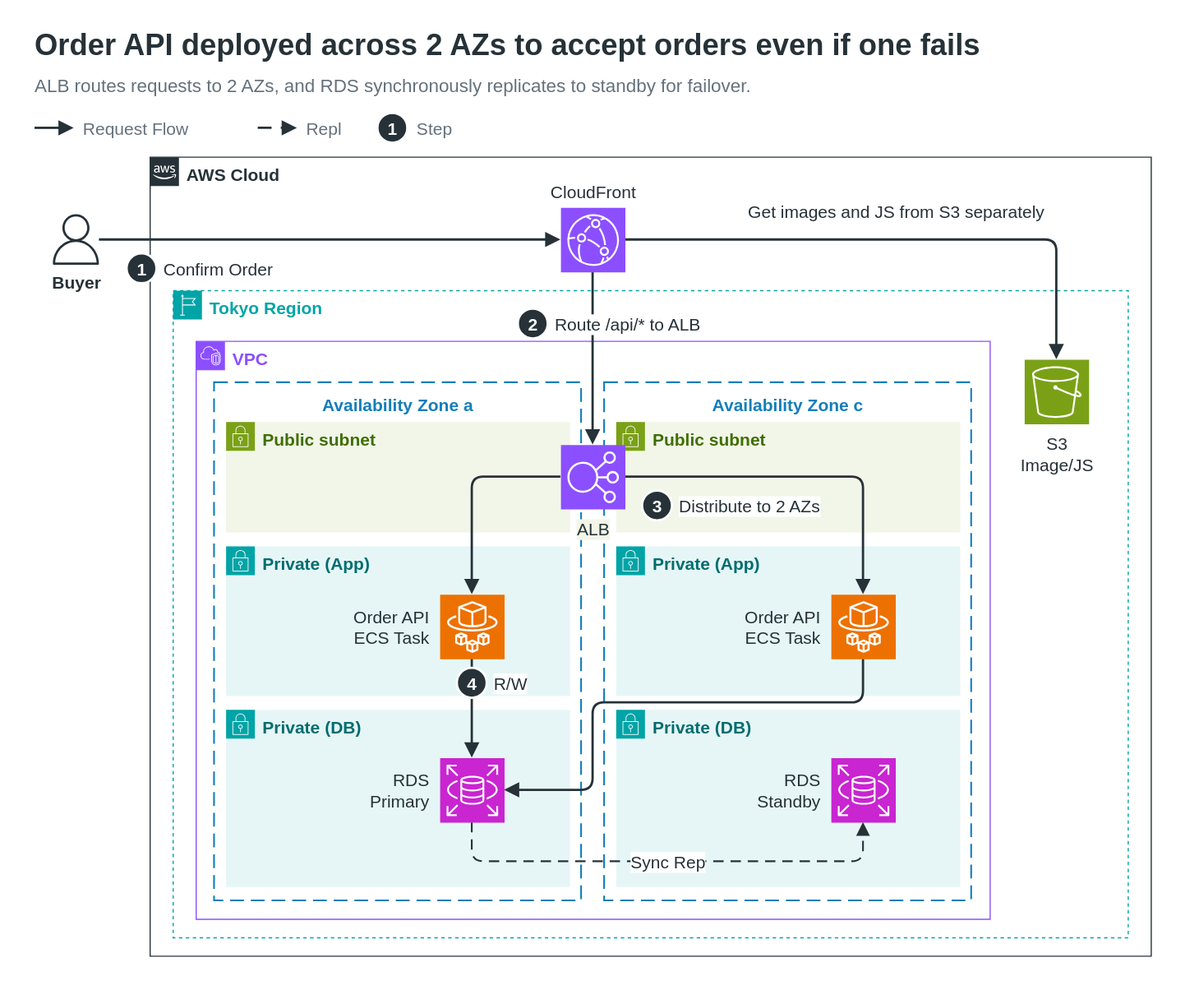
Earlier version of the draw.io export docs/samples/en/aws-architecture.drawio.svg (nntto/explanatory-diagrams). Source tidied: cells renumbered, new cells last; positions are measured from the earlier drawing's top-left corner, leaving out a move shared by most shapes.
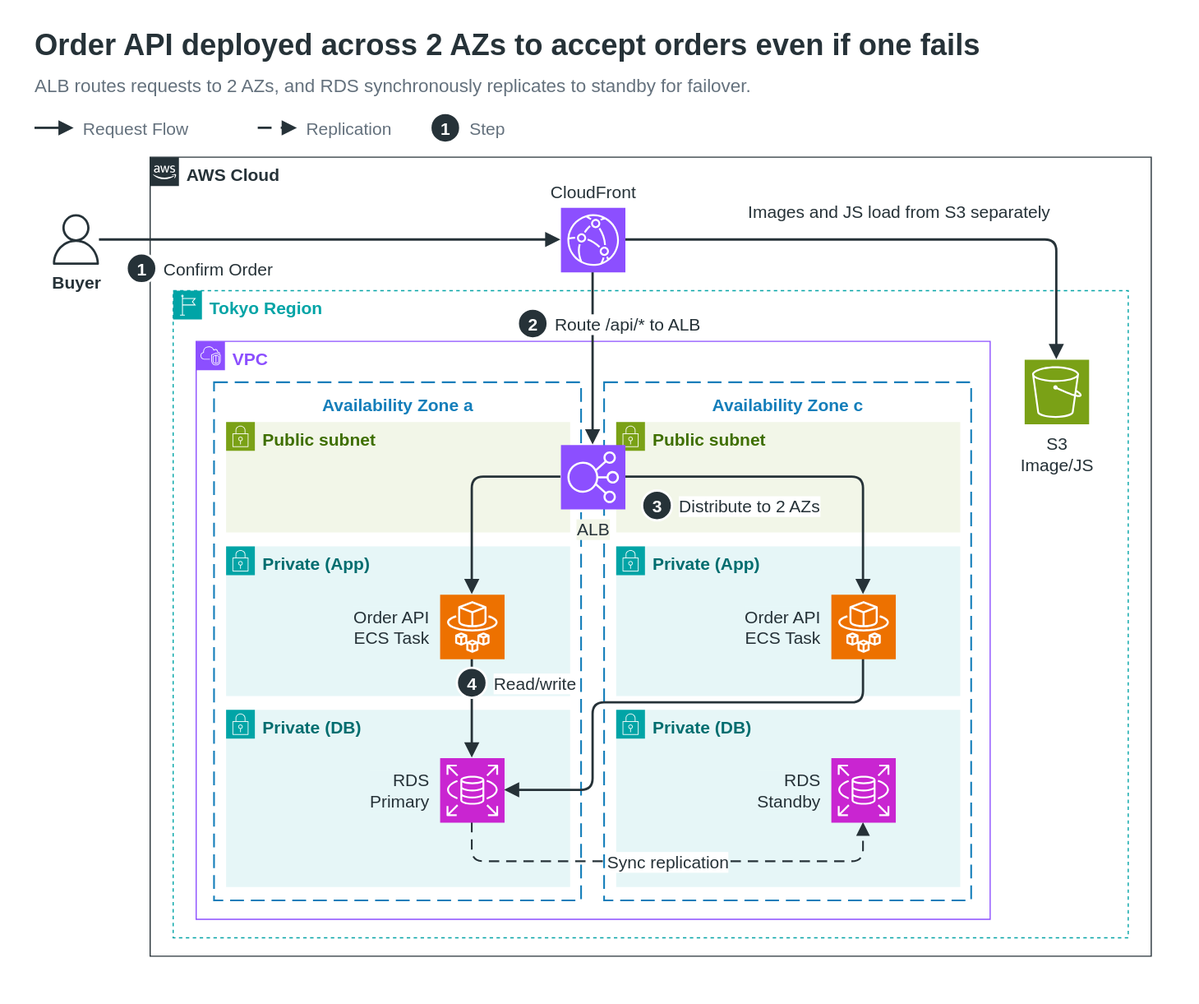
After the commit.

What changed in the source:
```diff
@@ -56,14 +56,14 @@
         <mxPoint x="228" y="91" as="targetPoint" />
       </mxGeometry>
     </mxCell>
-    <mxCell id="18" value="Repl" style="text;html=1;whiteSpace=wrap;fontFamily=Helvetica;fontSize=15;fontColor=#64717d;align=left;verticalAlign=middle;spacing=0;" parent="1" vertex="1">
-      <mxGeometry x="236" y="80" width="34" height="22" as="geometry" />
+    <mxCell id="18" value="Replication" style="text;html=1;whiteSpace=wrap;fontFamily=Helvetica;fontSize=15;fontColor=#64717d;align=left;verticalAlign=middle;spacing=0;" parent="1" vertex="1">
+      <mxGeometry x="236" y="80" width="86" height="22" as="geometry" />
     </mxCell>
     <mxCell id="19" value="1" style="ellipse;whiteSpace=wrap;html=1;fillColor=#263238;strokeColor=#ffffff;strokeWidth=2;fontColor=#ffffff;fontStyle=1;fontFamily=Helvetica;fontSize=15;spacing=0;" parent="1" vertex="1">
-      <mxGeometry x="298" y="78" width="26" height="26" as="geometry" />
+      <mxGeometry x="344" y="78" width="26" height="26" as="geometry" />
     </mxCell>
     <mxCell id="20" value="Step" style="text;html=1;whiteSpace=wrap;fontFamily=Helvetica;fontSize=15;fontColor=#64717d;align=left;verticalAlign=middle;spacing=0;" parent="1" vertex="1">
-      <mxGeometry x="332" y="80" width="79" height="22" as="geometry" />
+      <mxGeometry x="378" y="80" width="79" height="22" as="geometry" />
     </mxCell>
     <mxCell id="21" style="edgeStyle=orthogonalEdgeStyle;rounded=1;html=1;strokeColor=#263238;strokeWidth=2;endArrow=block;endFill=1;startArrow=none;startFill=1;endSize=8;fontFamily=Helvetica;fontSize=15;fontColor=#263238;labelBackgroundColor=#ffffff;exitX=1;exitY=0.5;exitDx=0;exitDy=0;entryX=0;entryY=0.5;entryDx=0;entryDy=0;" parent="1" edge="1" source="30" target="31">
       <mxGeometry relative="1" as="geometry" />
@@ -104,7 +104,7 @@
         </Array>
       </mxGeometry>
     </mxCell>
-    <mxCell id="28" value="Sync Rep" style="edgeStyle=orthogonalEdgeStyle;rounded=1;html=1;strokeColor=#263238;strokeWidth=1.5;endArrow=block;endFill=1;startArrow=none;startFill=1;endSize=8;fontFamily=Helvetica;fontSize=15;fontColor=#263238;labelBackgroundColor=#ffffff;dashed=1;dashPattern=6 4;exitX=0.5;exitY=1;exitDx=0;exitDy=0;entryX=0.5;entryY=1;entryDx=0;entryDy=0;" parent="1" edge="1" source="36" target="37">
+    <mxCell id="28" value="Sync replication" style="edgeStyle=orthogonalEdgeStyle;rounded=1;html=1;strokeColor=#263238;strokeWidth=1.5;endArrow=block;endFill=1;startArrow=none;startFill=1;endSize=8;fontFamily=Helvetica;fontSize=15;fontColor=#263238;labelBackgroundColor=#ffffff;dashed=1;dashPattern=6 4;exitX=0.5;exitY=1;exitDx=0;exitDy=0;entryX=0.5;entryY=1;entryDx=0;entryDy=0;" parent="1" edge="1" source="36" target="37">
       <mxGeometry relative="1" as="geometry">
         <Array as="points">
           <mxPoint x="380" y="728" />
@@ -112,7 +112,7 @@
         </Array>
       </mxGeometry>
     </mxCell>
-    <mxCell id="29" value="Get images and JS from S3 separately" style="text;html=1;whiteSpace=wrap;fontFamily=Helvetica;fontSize=15;fontColor=#263238;align=left;verticalAlign=middle;spacing=0;labelBackgroundColor=#ffffff;" parent="1" vertex="1">
+    <mxCell id="29" value="Images and JS load from S3 separately" style="text;html=1;whiteSpace=wrap;fontFamily=Helvetica;fontSize=15;fontColor=#263238;align=left;verticalAlign=middle;spacing=0;labelBackgroundColor=#ffffff;" parent="1" vertex="1">
       <mxGeometry x="620" y="151" width="330" height="24" as="geometry" />
     </mxCell>
     <mxCell id="30" value="Buyer" style="sketch=0;outlineConnect=0;fontColor=#263238;fillColor=#263238;strokeColor=none;dashed=0;verticalLabelPosition=bottom;verticalAlign=top;align=center;html=1;fontSize=15;fontFamily=Helvetica;fontStyle=1;shape=mxgraph.aws4.user;" parent="1" vertex="1">
@@ -160,7 +160,7 @@
     <mxCell id="44" value="4" style="ellipse;whiteSpace=wrap;html=1;fillColor=#263238;strokeColor=#ffffff;strokeWidth=2;fontColor=#ffffff;fontStyle=1;fontFamily=Helvetica;fontSize=15;spacing=0;" parent="1" vertex="1">
       <mxGeometry x="367" y="560" width="26" height="26" as="geometry" />
     </mxCell>
-    <mxCell id="45" value="R/W" style="text;html=1;whiteSpace=wrap;fontFamily=Helvetica;fontSize=15;fontColor=#263238;align=left;verticalAlign=middle;spacing=0;labelBackgroundColor=#ffffff;" parent="1" vertex="1">
+    <mxCell id="45" value="Read/write" style="text;html=1;whiteSpace=wrap;fontFamily=Helvetica;fontSize=15;fontColor=#263238;align=left;verticalAlign=middle;spacing=0;labelBackgroundColor=#ffffff;" parent="1" vertex="1">
       <mxGeometry x="399" y="561" width="80" height="24" as="geometry" />
     </mxCell>
   </root>
```
